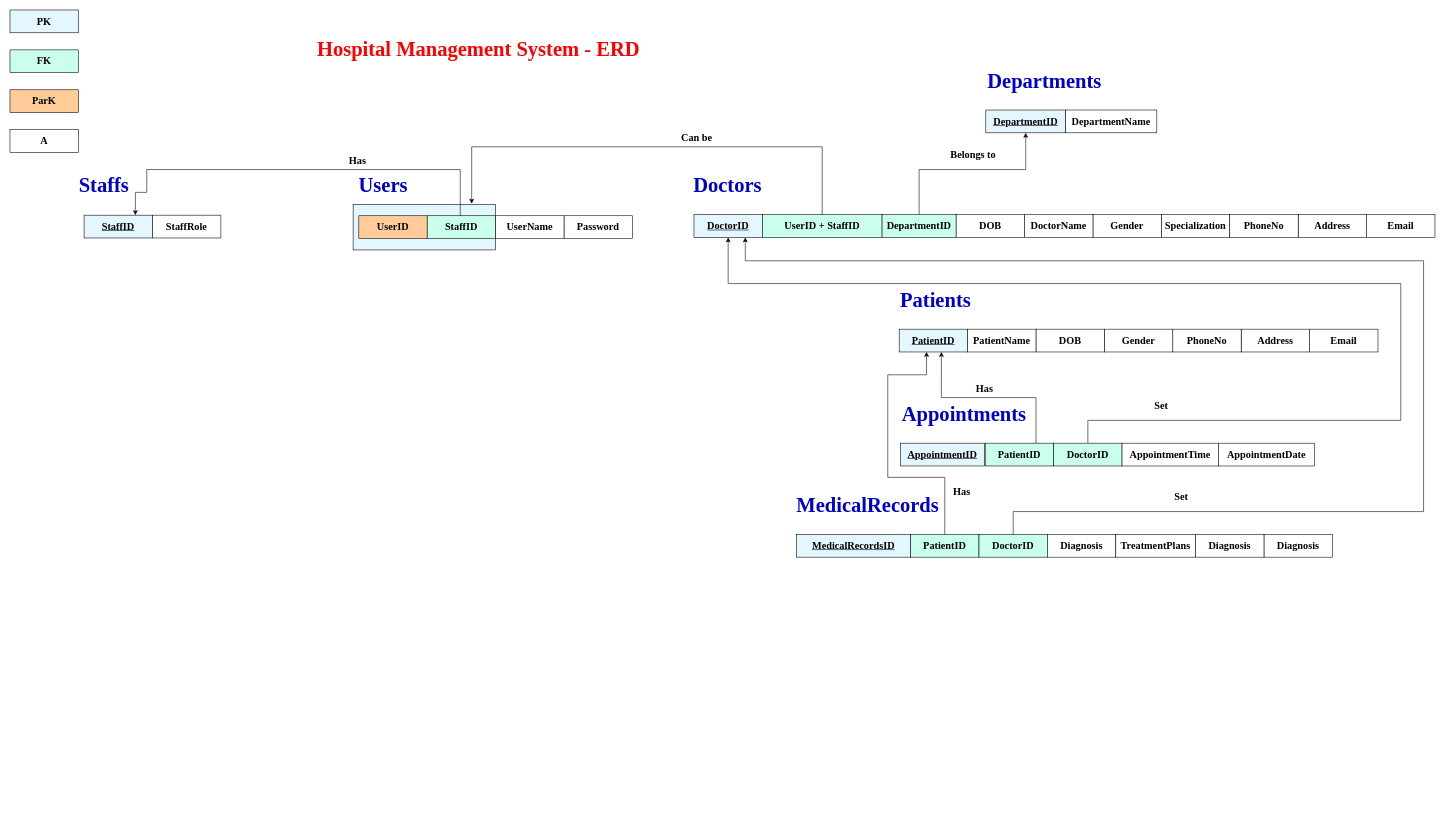
Earlier version of the draw.io diagram page "Page-2" (2 of 2) of Images/_HospitalManagementSystem.drawio (rahmaAlmamari/HospitalManagementSystem). Source tidied: cells renumbered, new cells numbered last; positions are measured from the earlier drawing's top-left corner, leaving out a move shared by most shapes. Both pictures are drawn from the tidied source at 57%, with x=0, y=0 at pixel (10, 10).
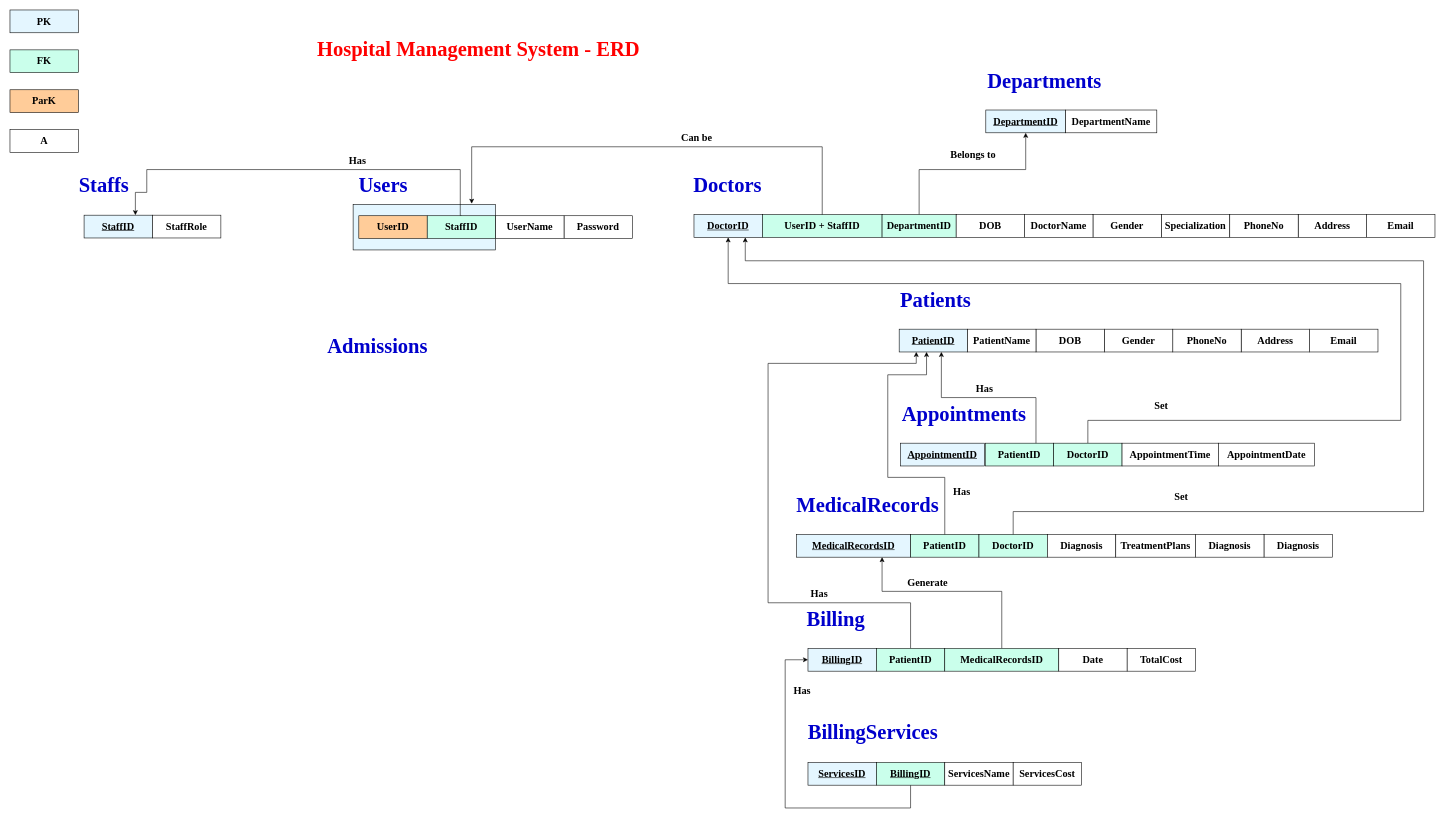
The same diagram, later.

Commit message:
working in mapping

Unchanged cells that the change refers to:
```xml
<mxCell id="37" value="&lt;b style=&quot;font-family: &amp;quot;Times New Roman&amp;quot;; text-decoration-line: underline;&quot;&gt;&lt;font style=&quot;font-size: 18px;&quot;&gt;PatientID&lt;/font&gt;&lt;/b&gt;" style="whiteSpace=wrap;html=1;align=center;fillColor=#E4F6FF;" parent="1" vertex="1">
  <mxGeometry x="1560" y="560" width="120" height="40" as="geometry" />
</mxCell>
<mxCell id="55" value="&lt;b style=&quot;font-family: &amp;quot;Times New Roman&amp;quot;; text-decoration-line: underline;&quot;&gt;&lt;font style=&quot;font-size: 18px;&quot;&gt;MedicalRecordsID&lt;/font&gt;&lt;/b&gt;" style="whiteSpace=wrap;html=1;align=center;fillColor=#E4F6FF;" parent="1" vertex="1">
  <mxGeometry x="1380" y="920" width="200" height="40" as="geometry" />
</mxCell>
```

What changed in the source:
```diff
@@
+    <mxCell id="66" value="&lt;span style=&quot;color: rgb(0, 0, 204);&quot;&gt;&lt;font style=&quot;font-size: 36px;&quot; face=&quot;Times New Roman&quot;&gt;&lt;b&gt;Billing&lt;/b&gt;&lt;/font&gt;&lt;/span&gt;" style="text;html=1;align=center;verticalAlign=middle;whiteSpace=wrap;rounded=0;" parent="1" vertex="1">
+      <mxGeometry x="1378" y="1050" width="142" height="40" as="geometry" />
+    </mxCell>
+    <mxCell id="67" value="&lt;b style=&quot;font-family: &amp;quot;Times New Roman&amp;quot;; text-decoration-line: underline;&quot;&gt;&lt;font style=&quot;font-size: 18px;&quot;&gt;BillingID&lt;/font&gt;&lt;/b&gt;" style="whiteSpace=wrap;html=1;align=center;fillColor=#E4F6FF;" parent="1" vertex="1">
+      <mxGeometry x="1400" y="1120" width="120" height="40" as="geometry" />
+    </mxCell>
+    <mxCell id="68" style="edgeStyle=orthogonalEdgeStyle;rounded=0;jettySize=auto;html=1;entryX=0.25;entryY=1;entryDx=0;entryDy=0;" parent="1" edge="1" source="69" target="37">
+      <mxGeometry relative="1" as="geometry">
+        <Array as="points">
+          <mxPoint x="1580" y="1040" />
+          <mxPoint x="1330" y="1040" />
+          <mxPoint x="1330" y="620" />
+          <mxPoint x="1590" y="620" />
+        </Array>
+      </mxGeometry>
+    </mxCell>
+    <mxCell id="69" value="&lt;b style=&quot;font-family: &amp;quot;Times New Roman&amp;quot;;&quot;&gt;&lt;font style=&quot;font-size: 18px;&quot;&gt;PatientID&lt;/font&gt;&lt;/b&gt;" style="whiteSpace=wrap;html=1;align=center;fillColor=#CAFFEB;" parent="1" vertex="1">
+      <mxGeometry x="1520" y="1120" width="120" height="40" as="geometry" />
+    </mxCell>
+    <mxCell id="70" style="edgeStyle=orthogonalEdgeStyle;rounded=0;jettySize=auto;html=1;entryX=0.75;entryY=1;entryDx=0;entryDy=0;" parent="1" edge="1" source="71" target="55">
+      <mxGeometry relative="1" as="geometry">
+        <Array as="points">
+          <mxPoint x="1740" y="1020" />
+          <mxPoint x="1530" y="1020" />
+        </Array>
+      </mxGeometry>
+    </mxCell>
+    <mxCell id="71" value="&lt;b style=&quot;font-family: &amp;quot;Times New Roman&amp;quot;;&quot;&gt;&lt;font style=&quot;font-size: 18px;&quot;&gt;MedicalRecordsID&lt;/font&gt;&lt;/b&gt;" style="whiteSpace=wrap;html=1;align=center;fillColor=#CAFFEB;" parent="1" vertex="1">
+      <mxGeometry x="1640" y="1120" width="200" height="40" as="geometry" />
+    </mxCell>
+    <mxCell id="72" value="&lt;b style=&quot;font-family: &amp;quot;Times New Roman&amp;quot;;&quot;&gt;&lt;font style=&quot;font-size: 18px;&quot;&gt;Has&lt;/font&gt;&lt;/b&gt;" style="text;html=1;align=center;verticalAlign=middle;whiteSpace=wrap;rounded=0;" parent="1" vertex="1">
+      <mxGeometry x="1390" y="1010" width="60" height="30" as="geometry" />
+    </mxCell>
+    <mxCell id="73" value="&lt;b style=&quot;font-family: &amp;quot;Times New Roman&amp;quot;;&quot;&gt;&lt;font style=&quot;font-size: 18px;&quot;&gt;Generate&lt;/font&gt;&lt;/b&gt;" style="text;html=1;align=center;verticalAlign=middle;whiteSpace=wrap;rounded=0;" parent="1" vertex="1">
+      <mxGeometry x="1580" y="990" width="60" height="30" as="geometry" />
+    </mxCell>
+    <mxCell id="74" value="&lt;b style=&quot;font-family: &amp;quot;Times New Roman&amp;quot;;&quot;&gt;&lt;font style=&quot;font-size: 18px;&quot;&gt;Date&lt;/font&gt;&lt;/b&gt;" style="whiteSpace=wrap;html=1;align=center;" parent="1" vertex="1">
+      <mxGeometry x="1840" y="1120" width="120" height="40" as="geometry" />
+    </mxCell>
+    <mxCell id="75" value="&lt;b style=&quot;font-family: &amp;quot;Times New Roman&amp;quot;;&quot;&gt;&lt;font style=&quot;font-size: 18px;&quot;&gt;TotalCost&lt;/font&gt;&lt;/b&gt;" style="whiteSpace=wrap;html=1;align=center;" parent="1" vertex="1">
+      <mxGeometry x="1960" y="1120" width="120" height="40" as="geometry" />
+    </mxCell>
+    <mxCell id="76" value="&lt;font style=&quot;font-size: 36px; color: rgb(0, 0, 204);&quot;&gt;&lt;b&gt;&lt;span&gt;&lt;font style=&quot;&quot; face=&quot;Times New Roman&quot;&gt;Billing&lt;/font&gt;&lt;/span&gt;&lt;span style=&quot;font-family: &amp;quot;Times New Roman&amp;quot;;&quot;&gt;Services&lt;/span&gt;&lt;/b&gt;&lt;/font&gt;" style="text;html=1;align=center;verticalAlign=middle;whiteSpace=wrap;rounded=0;" parent="1" vertex="1">
+      <mxGeometry x="1443" y="1247" width="142" height="40" as="geometry" />
+    </mxCell>
+    <mxCell id="77" value="&lt;span style=&quot;font-family: &amp;quot;Times New Roman&amp;quot;; text-decoration-line: underline;&quot;&gt;&lt;font style=&quot;font-size: 18px;&quot;&gt;&lt;b&gt;ServicesID&lt;/b&gt;&lt;/font&gt;&lt;/span&gt;" style="whiteSpace=wrap;html=1;align=center;fillColor=#E4F6FF;" parent="1" vertex="1">
+      <mxGeometry x="1400" y="1320" width="120" height="40" as="geometry" />
+    </mxCell>
+    <mxCell id="78" style="edgeStyle=orthogonalEdgeStyle;rounded=0;jettySize=auto;html=1;entryX=0;entryY=0.5;entryDx=0;entryDy=0;" parent="1" edge="1" source="79" target="67">
+      <mxGeometry relative="1" as="geometry">
+        <Array as="points">
+          <mxPoint x="1580" y="1400" />
+          <mxPoint x="1360" y="1400" />
+          <mxPoint x="1360" y="1140" />
+        </Array>
+      </mxGeometry>
+    </mxCell>
+    <mxCell id="79" value="&lt;b style=&quot;font-family: &amp;quot;Times New Roman&amp;quot;; text-decoration-line: underline;&quot;&gt;&lt;font style=&quot;font-size: 18px;&quot;&gt;BillingID&lt;/font&gt;&lt;/b&gt;" style="whiteSpace=wrap;html=1;align=center;fillColor=#CAFFEB;" parent="1" vertex="1">
+      <mxGeometry x="1520" y="1320" width="120" height="40" as="geometry" />
+    </mxCell>
+    <mxCell id="80" value="&lt;span style=&quot;font-family: &amp;quot;Times New Roman&amp;quot;;&quot;&gt;&lt;font style=&quot;font-size: 18px;&quot;&gt;&lt;b&gt;ServicesName&lt;/b&gt;&lt;/font&gt;&lt;/span&gt;" style="whiteSpace=wrap;html=1;align=center;" parent="1" vertex="1">
+      <mxGeometry x="1640" y="1320" width="120" height="40" as="geometry" />
+    </mxCell>
+    <mxCell id="81" value="&lt;span style=&quot;font-family: &amp;quot;Times New Roman&amp;quot;;&quot;&gt;&lt;font style=&quot;font-size: 18px;&quot;&gt;&lt;b&gt;ServicesCost&lt;/b&gt;&lt;/font&gt;&lt;/span&gt;" style="whiteSpace=wrap;html=1;align=center;" parent="1" vertex="1">
+      <mxGeometry x="1760" y="1320" width="120" height="40" as="geometry" />
+    </mxCell>
+    <mxCell id="82" value="&lt;b style=&quot;font-family: &amp;quot;Times New Roman&amp;quot;;&quot;&gt;&lt;font style=&quot;font-size: 18px;&quot;&gt;Has&lt;/font&gt;&lt;/b&gt;" style="text;html=1;align=center;verticalAlign=middle;whiteSpace=wrap;rounded=0;" parent="1" vertex="1">
+      <mxGeometry x="1360" y="1180" width="60" height="30" as="geometry" />
+    </mxCell>
+    <mxCell id="83" value="&lt;span style=&quot;color: rgb(0, 0, 204); font-family: &amp;quot;Times New Roman&amp;quot;;&quot;&gt;&lt;font style=&quot;font-size: 36px;&quot;&gt;&lt;b&gt;Admissions&lt;/b&gt;&lt;/font&gt;&lt;/span&gt;" style="text;html=1;align=center;verticalAlign=middle;whiteSpace=wrap;rounded=0;" parent="1" vertex="1">
+      <mxGeometry x="590" y="570" width="110" height="40" as="geometry" />
+    </mxCell>
```
